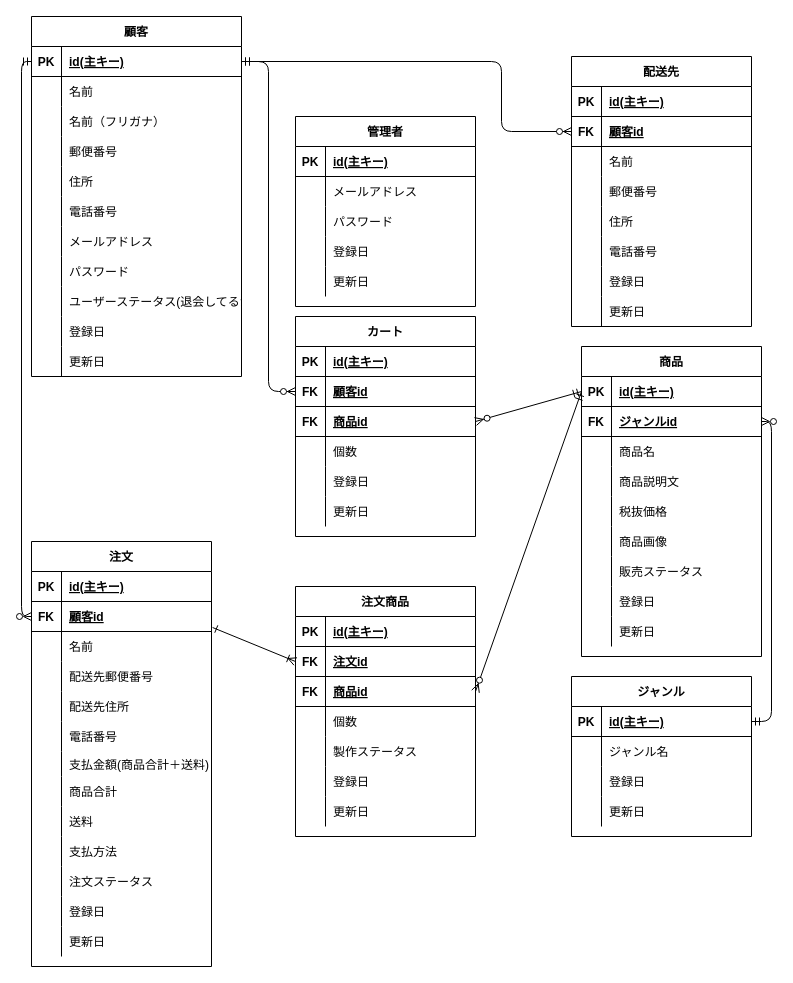
Before: Untitled Diagram.drawio in couplee/cake, a draw.io diagram. Source tidied: cells renumbered, new cells numbered last; positions are measured from the earlier drawing's top-left corner, leaving out a move shared by most shapes. Both pictures are drawn from the tidied source at 100%, with x=0, y=0 at pixel (31, 16).
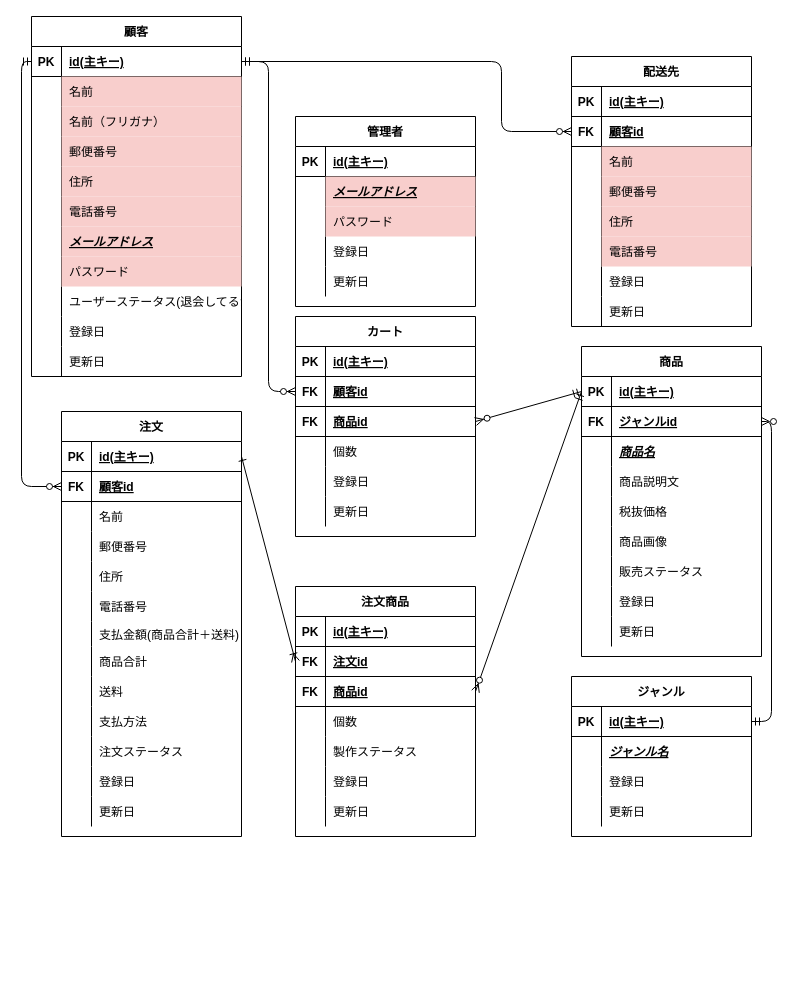
Above is the later version.

Commit message:
Untitled Diagram.drawio を更新します

The change refers to these unchanged cells:
```xml
<mxCell id="6" style="shape=partialRectangle;fillColor=none;top=0;left=0;bottom=0;right=0;" parent="2" vertex="1">
  <mxGeometry y="60" width="210" height="30" as="geometry" />
</mxCell>
<mxCell id="9" style="shape=partialRectangle;fillColor=none;top=0;left=0;bottom=0;right=0;" parent="2" vertex="1">
  <mxGeometry y="90" width="210" height="30" as="geometry" />
</mxCell>
<mxCell id="12" style="shape=partialRectangle;fillColor=none;top=0;left=0;bottom=0;right=0;" parent="2" vertex="1">
  <mxGeometry y="120" width="210" height="30" as="geometry" />
</mxCell>
<mxCell id="15" style="shape=partialRectangle;fillColor=none;top=0;left=0;bottom=0;right=0;" parent="2" vertex="1">
  <mxGeometry y="150" width="210" height="30" as="geometry" />
</mxCell>
<mxCell id="18" style="shape=partialRectangle;fillColor=none;top=0;left=0;bottom=0;right=0;" parent="2" vertex="1">
  <mxGeometry y="180" width="210" height="30" as="geometry" />
</mxCell>
<mxCell id="21" style="shape=partialRectangle;fillColor=none;top=0;left=0;bottom=0;right=0;" parent="2" vertex="1">
  <mxGeometry y="210" width="210" height="30" as="geometry" />
</mxCell>
<mxCell id="24" style="shape=partialRectangle;fillColor=none;top=0;left=0;bottom=0;right=0;" parent="2" vertex="1">
  <mxGeometry y="240" width="210" height="30" as="geometry" />
</mxCell>
<mxCell id="43" style="shape=partialRectangle;fillColor=none;top=0;left=0;bottom=0;right=0;" parent="36" vertex="1">
  <mxGeometry y="90" width="180" height="30" as="geometry" />
</mxCell>
<mxCell id="84" style="shape=partialRectangle;fillColor=none;top=0;left=0;bottom=1;right=0;points=[[0,0.5],[1,0.5]];portConstraint=eastwest;" parent="83" vertex="1">
  <mxGeometry y="30" width="180" height="30" as="geometry" />
</mxCell>
<mxCell id="93" style="shape=partialRectangle;fillColor=none;top=0;left=0;bottom=0;right=0;" parent="83" vertex="1">
  <mxGeometry y="120" width="180" height="30" as="geometry" />
</mxCell>
<mxCell id="96" style="shape=partialRectangle;fillColor=none;top=0;left=0;bottom=0;right=0;" parent="83" vertex="1">
  <mxGeometry y="150" width="180" height="30" as="geometry" />
</mxCell>
<mxCell id="130" style="shape=partialRectangle;fillColor=none;top=0;left=0;bottom=0;right=0;" parent="123" vertex="1">
  <mxGeometry y="90" width="180" height="30" as="geometry" />
</mxCell>
<mxCell id="133" style="shape=partialRectangle;fillColor=none;top=0;left=0;bottom=0;right=0;" parent="123" vertex="1">
  <mxGeometry y="120" width="180" height="30" as="geometry" />
</mxCell>
<mxCell id="136" style="shape=partialRectangle;fillColor=none;top=0;left=0;bottom=0;right=0;" parent="123" vertex="1">
  <mxGeometry y="150" width="180" height="30" as="geometry" />
</mxCell>
<mxCell id="139" style="shape=partialRectangle;fillColor=none;top=0;left=0;bottom=0;right=0;" parent="123" vertex="1">
  <mxGeometry y="180" width="180" height="30" as="geometry" />
</mxCell>
<mxCell id="152" style="shape=partialRectangle;fillColor=none;top=0;left=0;bottom=1;right=0;points=[[0,0.5],[1,0.5]];portConstraint=eastwest;" parent="148" vertex="1">
  <mxGeometry y="60" width="180" height="30" as="geometry" />
</mxCell>
<mxCell id="174" style="shape=partialRectangle;fillColor=none;top=0;left=0;bottom=0;right=0;" parent="170" vertex="1">
  <mxGeometry y="60" width="180" height="30" as="geometry" />
</mxCell>
<mxCell id="189" style="shape=partialRectangle;fillColor=none;top=0;left=0;bottom=0;right=0;" parent="185" vertex="1">
  <mxGeometry y="60" width="180" height="30" as="geometry" />
</mxCell>
<mxCell id="192" style="shape=partialRectangle;fillColor=none;top=0;left=0;bottom=0;right=0;" parent="185" vertex="1">
  <mxGeometry y="90" width="180" height="30" as="geometry" />
</mxCell>
```

Diff of the diagram source:
```diff
@@
-    <mxCell id="8" value="名前" style="shape=partialRectangle;fillColor=none;top=0;left=0;bottom=0;right=0;align=left;spacingLeft=6;overflow=hidden;" parent="6" vertex="1">
+    <mxCell id="8" value="名前" style="shape=partialRectangle;fillColor=#f8cecc;top=0;left=0;bottom=0;right=0;align=left;spacingLeft=6;overflow=hidden;strokeColor=#b85450;" parent="6" vertex="1">
       <mxGeometry x="30" width="180" height="30" as="geometry" />
     </mxCell>
@@
-    <mxCell id="11" value="名前（フリガナ）" style="shape=partialRectangle;fillColor=none;top=0;left=0;bottom=0;right=0;align=left;spacingLeft=6;overflow=hidden;" parent="9" vertex="1">
+    <mxCell id="11" value="名前（フリガナ）" style="shape=partialRectangle;fillColor=#f8cecc;top=0;left=0;bottom=0;right=0;align=left;spacingLeft=6;overflow=hidden;strokeColor=#b85450;" parent="9" vertex="1">
       <mxGeometry x="30" width="180" height="30" as="geometry" />
     </mxCell>
@@
-    <mxCell id="14" value="郵便番号" style="shape=partialRectangle;fillColor=none;top=0;left=0;bottom=0;right=0;align=left;spacingLeft=6;overflow=hidden;" parent="12" vertex="1">
+    <mxCell id="14" value="郵便番号" style="shape=partialRectangle;fillColor=#f8cecc;top=0;left=0;bottom=0;right=0;align=left;spacingLeft=6;overflow=hidden;strokeColor=#b85450;" parent="12" vertex="1">
       <mxGeometry x="30" width="180" height="30" as="geometry" />
     </mxCell>
@@
-    <mxCell id="17" value="住所" style="shape=partialRectangle;fillColor=none;top=0;left=0;bottom=0;right=0;align=left;spacingLeft=6;overflow=hidden;" parent="15" vertex="1">
+    <mxCell id="17" value="住所" style="shape=partialRectangle;fillColor=#f8cecc;top=0;left=0;bottom=0;right=0;align=left;spacingLeft=6;overflow=hidden;strokeColor=#b85450;" parent="15" vertex="1">
       <mxGeometry x="30" width="180" height="30" as="geometry" />
     </mxCell>
@@
-    <mxCell id="20" value="電話番号" style="shape=partialRectangle;fillColor=none;top=0;left=0;bottom=0;right=0;align=left;spacingLeft=6;overflow=hidden;" parent="18" vertex="1">
+    <mxCell id="20" value="電話番号" style="shape=partialRectangle;fillColor=#f8cecc;top=0;left=0;bottom=0;right=0;align=left;spacingLeft=6;overflow=hidden;strokeColor=#b85450;" parent="18" vertex="1">
       <mxGeometry x="30" width="180" height="30" as="geometry" />
     </mxCell>
@@
-    <mxCell id="23" value="メールアドレス" style="shape=partialRectangle;fillColor=none;top=0;left=0;bottom=0;right=0;align=left;spacingLeft=6;overflow=hidden;" parent="21" vertex="1">
+    <mxCell id="23" value="メールアドレス" style="shape=partialRectangle;fillColor=#f8cecc;top=0;left=0;bottom=0;right=0;align=left;spacingLeft=6;overflow=hidden;strokeColor=#b85450;fontStyle=7;" parent="21" vertex="1">
       <mxGeometry x="30" width="180" height="30" as="geometry" />
     </mxCell>
@@
-    <mxCell id="26" value="パスワード" style="shape=partialRectangle;fillColor=none;top=0;left=0;bottom=0;right=0;align=left;spacingLeft=6;overflow=hidden;" parent="24" vertex="1">
+    <mxCell id="26" value="パスワード" style="shape=partialRectangle;fillColor=#f8cecc;top=0;left=0;bottom=0;right=0;align=left;spacingLeft=6;overflow=hidden;strokeColor=#b85450;" parent="24" vertex="1">
       <mxGeometry x="30" width="180" height="30" as="geometry" />
     </mxCell>
@@
-    <mxCell id="45" value="商品名" style="shape=partialRectangle;fillColor=none;top=0;left=0;bottom=0;right=0;align=left;spacingLeft=6;overflow=hidden;" parent="43" vertex="1">
+    <mxCell id="45" value="商品名" style="shape=partialRectangle;fillColor=none;top=0;left=0;bottom=0;right=0;align=left;spacingLeft=6;overflow=hidden;fontStyle=7;" parent="43" vertex="1">
       <mxGeometry x="30" width="150" height="30" as="geometry" />
     </mxCell>
@@
     <mxCell id="83" value="注文" style="shape=table;startSize=30;childLayout=tableLayout;rowLines=0;fontStyle=1;align=center;" parent="1" vertex="1">
-      <mxGeometry y="525" width="180" height="425" as="geometry" />
+      <mxGeometry x="30" y="395" width="180" height="425" as="geometry" />
     </mxCell>
@@
-    <mxCell id="95" value="配送先郵便番号" style="shape=partialRectangle;fillColor=none;top=0;left=0;bottom=0;right=0;align=left;spacingLeft=6;overflow=hidden;" parent="93" vertex="1">
+    <mxCell id="95" value="郵便番号" style="shape=partialRectangle;fillColor=none;top=0;left=0;bottom=0;right=0;align=left;spacingLeft=6;overflow=hidden;" parent="93" vertex="1">
       <mxGeometry x="30" width="150" height="30" as="geometry" />
     </mxCell>
@@
-    <mxCell id="98" value="配送先住所" style="shape=partialRectangle;fillColor=none;top=0;left=0;bottom=0;right=0;align=left;spacingLeft=6;overflow=hidden;" parent="96" vertex="1">
+    <mxCell id="98" value="住所" style="shape=partialRectangle;fillColor=none;top=0;left=0;bottom=0;right=0;align=left;spacingLeft=6;overflow=hidden;" parent="96" vertex="1">
       <mxGeometry x="30" width="150" height="30" as="geometry" />
     </mxCell>
@@
-    <mxCell id="132" value="名前" style="shape=partialRectangle;fillColor=none;top=0;left=0;bottom=0;right=0;align=left;spacingLeft=6;overflow=hidden;" parent="130" vertex="1">
+    <mxCell id="132" value="名前" style="shape=partialRectangle;fillColor=#f8cecc;top=0;left=0;bottom=0;right=0;align=left;spacingLeft=6;overflow=hidden;strokeColor=#b85450;" parent="130" vertex="1">
       <mxGeometry x="30" width="150" height="30" as="geometry" />
     </mxCell>
@@
-    <mxCell id="135" value="郵便番号" style="shape=partialRectangle;fillColor=none;top=0;left=0;bottom=0;right=0;align=left;spacingLeft=6;overflow=hidden;" parent="133" vertex="1">
+    <mxCell id="135" value="郵便番号" style="shape=partialRectangle;fillColor=#f8cecc;top=0;left=0;bottom=0;right=0;align=left;spacingLeft=6;overflow=hidden;strokeColor=#b85450;" parent="133" vertex="1">
       <mxGeometry x="30" width="150" height="30" as="geometry" />
     </mxCell>
@@
-    <mxCell id="138" value="住所" style="shape=partialRectangle;fillColor=none;top=0;left=0;bottom=0;right=0;align=left;spacingLeft=6;overflow=hidden;" parent="136" vertex="1">
+    <mxCell id="138" value="住所" style="shape=partialRectangle;fillColor=#f8cecc;top=0;left=0;bottom=0;right=0;align=left;spacingLeft=6;overflow=hidden;strokeColor=#b85450;" parent="136" vertex="1">
       <mxGeometry x="30" width="150" height="30" as="geometry" />
     </mxCell>
@@
-    <mxCell id="141" value="電話番号" style="shape=partialRectangle;fillColor=none;top=0;left=0;bottom=0;right=0;align=left;spacingLeft=6;overflow=hidden;" parent="139" vertex="1">
+    <mxCell id="141" value="電話番号" style="shape=partialRectangle;fillColor=#f8cecc;top=0;left=0;bottom=0;right=0;align=left;spacingLeft=6;overflow=hidden;strokeColor=#b85450;" parent="139" vertex="1">
       <mxGeometry x="30" width="150" height="30" as="geometry" />
     </mxCell>
@@
-    <mxCell id="176" value="ジャンル名" style="shape=partialRectangle;fillColor=none;top=0;left=0;bottom=0;right=0;align=left;spacingLeft=6;overflow=hidden;" parent="174" vertex="1">
+    <mxCell id="176" value="ジャンル名" style="shape=partialRectangle;fillColor=none;top=0;left=0;bottom=0;right=0;align=left;spacingLeft=6;overflow=hidden;fontStyle=7;" parent="174" vertex="1">
       <mxGeometry x="30" width="150" height="30" as="geometry" />
     </mxCell>
@@
-    <mxCell id="183" style="endArrow=ERoneToMany;html=1;exitX=1.006;exitY=0.033;exitDx=0;exitDy=0;exitPerimeter=0;entryX=0;entryY=0.5;entryDx=0;entryDy=0;startArrow=ERone;startFill=0;endFill=0;" parent="1" edge="1" target="152">
-      <mxGeometry relative="1" as="geometry">
-        <mxPoint x="181.1" y="611" as="sourcePoint" />
-      </mxGeometry>
+    <mxCell id="183" style="endArrow=ERoneToMany;html=1;exitX=1;exitY=0.5;exitDx=0;exitDy=0;entryX=0;entryY=0.5;entryDx=0;entryDy=0;startArrow=ERone;startFill=0;endFill=0;" parent="1" edge="1" source="84" target="152">
+      <mxGeometry relative="1" as="geometry" />
     </mxCell>
@@
-    <mxCell id="191" value="メールアドレス" style="shape=partialRectangle;fillColor=none;top=0;left=0;bottom=0;right=0;align=left;spacingLeft=6;overflow=hidden;" parent="189" vertex="1">
+    <mxCell id="191" value="メールアドレス" style="shape=partialRectangle;fillColor=#f8cecc;top=0;left=0;bottom=0;right=0;align=left;spacingLeft=6;overflow=hidden;strokeColor=#b85450;fontStyle=7;" parent="189" vertex="1">
       <mxGeometry x="30" width="150" height="30" as="geometry" />
     </mxCell>
@@
-    <mxCell id="194" value="パスワード" style="shape=partialRectangle;fillColor=none;top=0;left=0;bottom=0;right=0;align=left;spacingLeft=6;overflow=hidden;" parent="192" vertex="1">
+    <mxCell id="194" value="パスワード" style="shape=partialRectangle;fillColor=#f8cecc;top=0;left=0;bottom=0;right=0;align=left;spacingLeft=6;overflow=hidden;strokeColor=#b85450;" parent="192" vertex="1">
       <mxGeometry x="30" width="150" height="30" as="geometry" />
     </mxCell>
```
